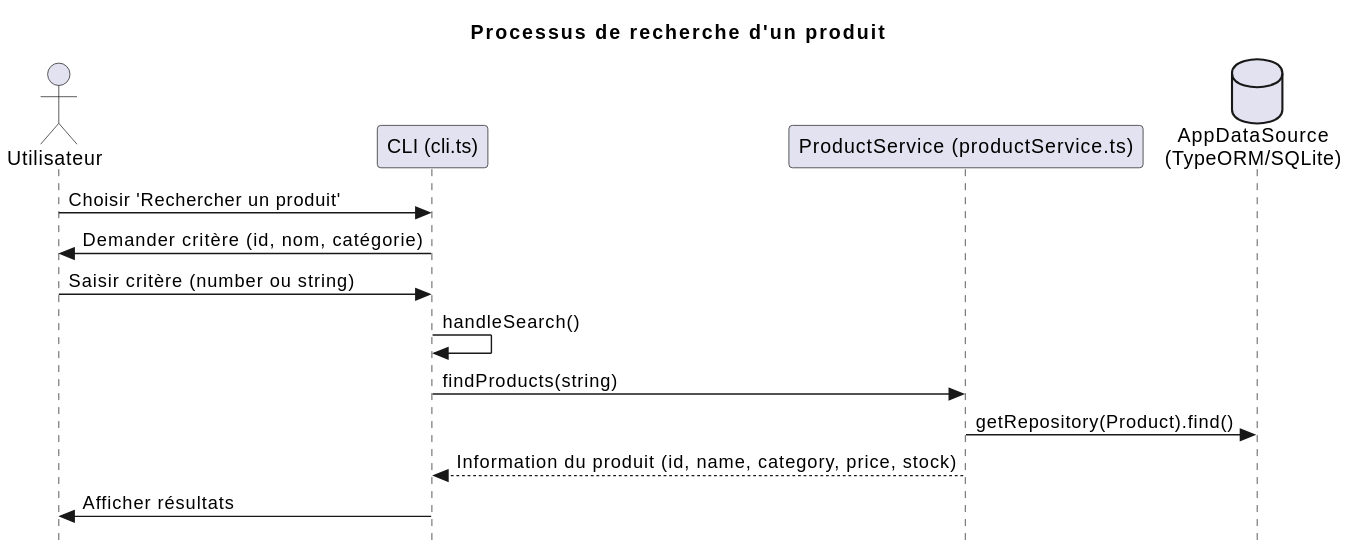
Before: out/docs/process/product-search/product-search.svg, a diagram exported from PlantUML (RaphaelMailhiot/LOG430-labo).
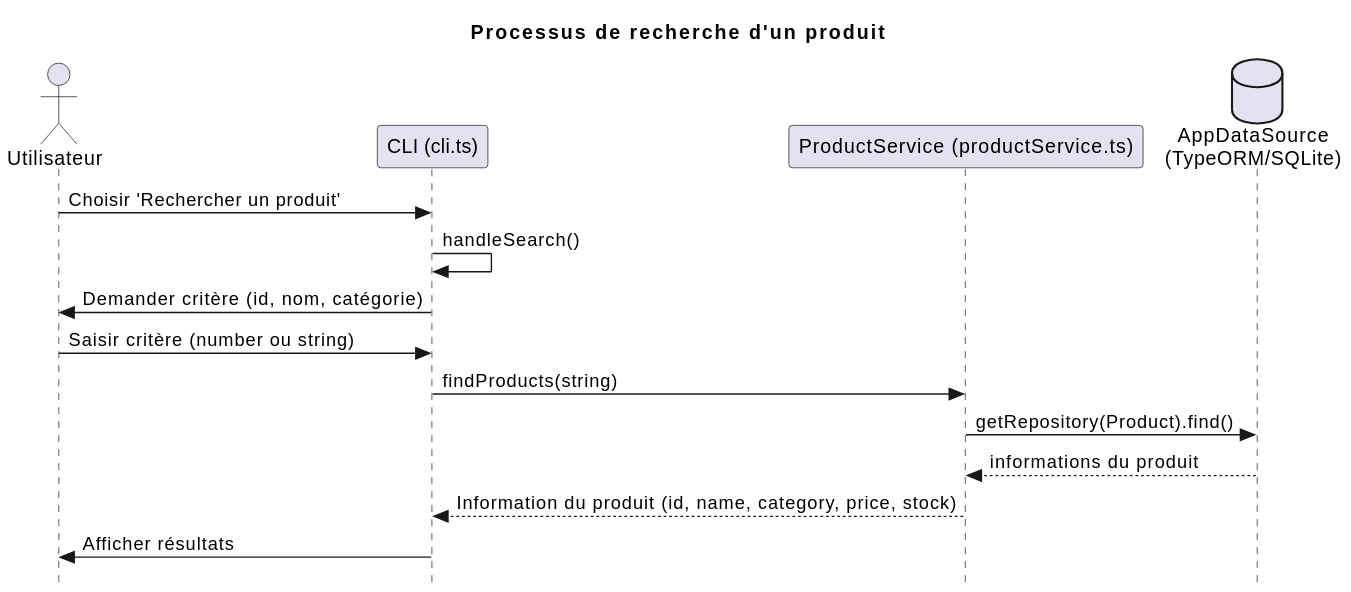
Above is the later version.

Change to the diagram source:
```diff
@@ -8,11 +8,12 @@
 database "AppDataSource\n(TypeORM/SQLite)" as Database
 
 Utilisateur -> CLI : Choisir 'Rechercher un produit'
+CLI -> CLI : handleSearch()
 CLI -> Utilisateur : Demander critère (id, nom, catégorie)
 Utilisateur -> CLI : Saisir critère (number ou string)
-CLI -> CLI : handleSearch()
 CLI -> ProductService : findProducts(string)
 ProductService -> Database : getRepository(Product).find()
+Database --> ProductService : informations du produit
 ProductService --> CLI : Information du produit (id, name, category, price, stock)
 CLI -> Utilisateur : Afficher résultats
 @enduml
```
